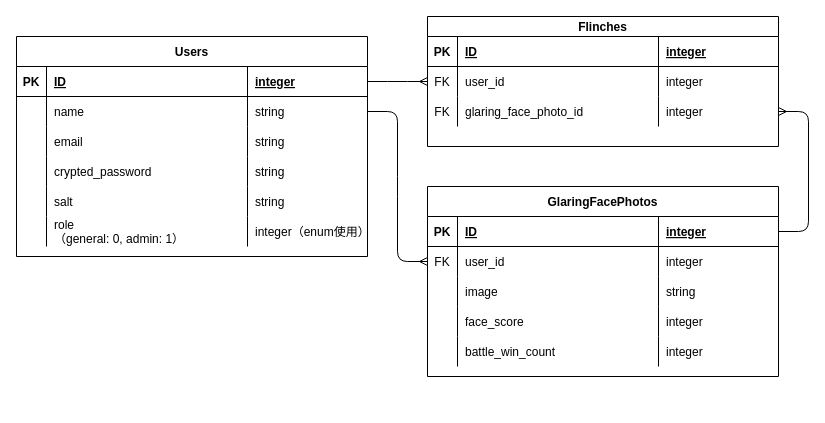
akinari0919/gantobashi keeps this draw.io diagram as Untitled Diagram.drawio. Above is the earlier version. Source tidied: cells renumbered, new cells numbered last; positions are measured from the earlier drawing's top-left corner, leaving out a move shared by most shapes. Both pictures are drawn from the tidied source at 100%, with x=0, y=0 at pixel (16, 16).
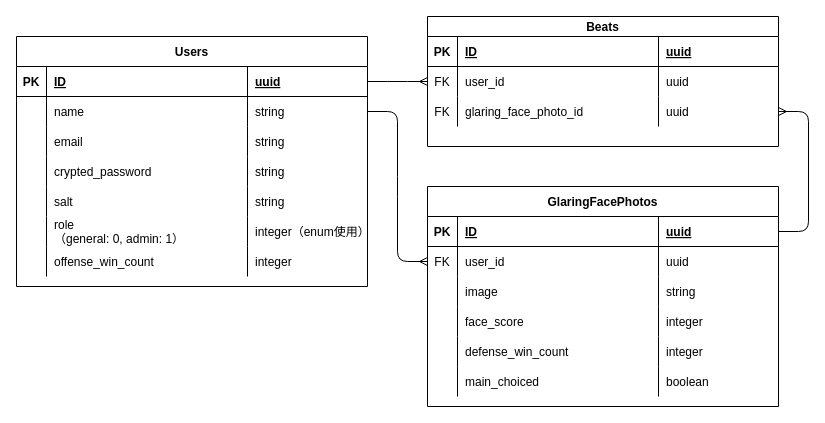
After the change.

Commit message (it also covers changes not shown here):
Untitled Diagram.drawio を更新します

Unchanged cells that the change refers to:
```xml
<mxCell id="3" style="shape=partialRectangle;fillColor=none;top=0;left=0;bottom=1;right=0;points=[[0,0.5],[1,0.5]];portConstraint=eastwest;" parent="2" vertex="1">
  <mxGeometry y="30" width="351" height="30" as="geometry" />
</mxCell>
<mxCell id="28" style="shape=partialRectangle;fillColor=none;top=0;left=0;bottom=1;right=0;points=[[0,0.5],[1,0.5]];portConstraint=eastwest;" parent="27" vertex="1">
  <mxGeometry y="30" width="351" height="30" as="geometry" />
</mxCell>
<mxCell id="32" style="shape=partialRectangle;fillColor=none;top=0;left=0;bottom=0;right=0;points=[[0,0.5],[1,0.5]];portConstraint=eastwest;" parent="27" vertex="1">
  <mxGeometry y="60" width="351" height="30" as="geometry" />
</mxCell>
<mxCell id="44" style="shape=partialRectangle;fillColor=none;top=0;left=0;bottom=0;right=0;" parent="27" vertex="1">
  <mxGeometry y="150" width="351" height="30" as="geometry" />
</mxCell>
<mxCell id="49" style="shape=partialRectangle;fillColor=none;top=0;left=0;bottom=1;right=0;" parent="48" vertex="1">
  <mxGeometry y="20" width="351" height="30" as="geometry" />
</mxCell>
<mxCell id="53" style="shape=partialRectangle;fillColor=none;top=0;left=0;bottom=0;right=0;points=[[0,0.5],[1,0.5]];portConstraint=eastwest;" parent="48" vertex="1">
  <mxGeometry y="50" width="351" height="30" as="geometry" />
</mxCell>
<mxCell id="57" style="shape=partialRectangle;fillColor=none;top=0;left=0;bottom=0;right=0;points=[[0,0.5],[1,0.5]];portConstraint=eastwest;" parent="48" vertex="1">
  <mxGeometry y="80" width="351" height="30" as="geometry" />
</mxCell>
```

Diff of the diagram source:
```diff
@@
     <mxCell id="2" value="Users" style="shape=table;startSize=30;childLayout=tableLayout;rowLines=0;fontStyle=1;align=center;" parent="1" vertex="1">
-      <mxGeometry y="20" width="351" height="220" as="geometry" />
+      <mxGeometry y="20" width="351" height="250" as="geometry" />
     </mxCell>
@@
-    <mxCell id="6" value="integer" style="shape=partialRectangle;fillColor=none;top=0;left=0;bottom=0;right=0;align=left;spacingLeft=6;fontStyle=5;overflow=hidden;" parent="3" vertex="1">
+    <mxCell id="6" value="uuid" style="shape=partialRectangle;fillColor=none;top=0;left=0;bottom=0;right=0;align=left;spacingLeft=6;fontStyle=5;overflow=hidden;" parent="3" vertex="1">
       <mxGeometry x="231" width="120" height="30" as="geometry" />
     </mxCell>
@@
+    <mxCell id="64" style="shape=partialRectangle;fillColor=none;top=0;left=0;bottom=0;right=0;" parent="2" vertex="1">
+      <mxGeometry y="210" width="351" height="30" as="geometry" />
+    </mxCell>
+    <mxCell id="65" style="shape=partialRectangle;fillColor=none;top=0;left=0;bottom=0;right=0;overflow=hidden;" parent="64" vertex="1">
+      <mxGeometry width="30" height="30" as="geometry" />
+    </mxCell>
+    <mxCell id="66" value="offense_win_count" style="shape=partialRectangle;fillColor=none;top=0;left=0;bottom=0;right=0;align=left;spacingLeft=6;overflow=hidden;" parent="64" vertex="1">
+      <mxGeometry x="30" width="201" height="30" as="geometry" />
+    </mxCell>
+    <mxCell id="67" value="integer" style="shape=partialRectangle;fillColor=none;top=0;left=0;bottom=0;right=0;align=left;spacingLeft=6;overflow=hidden;" parent="64" vertex="1">
+      <mxGeometry x="231" width="120" height="30" as="geometry" />
+    </mxCell>
     <mxCell id="27" value="GlaringFacePhotos" style="shape=table;startSize=30;childLayout=tableLayout;rowLines=0;fontStyle=1;align=center;" parent="1" vertex="1">
-      <mxGeometry x="411" y="170" width="351" height="190" as="geometry" />
+      <mxGeometry x="411" y="170" width="351" height="220" as="geometry" />
     </mxCell>
@@
-    <mxCell id="31" value="integer" style="shape=partialRectangle;fillColor=none;top=0;left=0;bottom=0;right=0;align=left;spacingLeft=6;fontStyle=5;overflow=hidden;" parent="28" vertex="1">
+    <mxCell id="31" value="uuid" style="shape=partialRectangle;fillColor=none;top=0;left=0;bottom=0;right=0;align=left;spacingLeft=6;fontStyle=5;overflow=hidden;" parent="28" vertex="1">
       <mxGeometry x="231" width="120" height="30" as="geometry" />
     </mxCell>
@@
-    <mxCell id="35" value="integer" style="shape=partialRectangle;fillColor=none;top=0;left=0;bottom=0;right=0;align=left;spacingLeft=6;overflow=hidden;" parent="32" vertex="1">
+    <mxCell id="35" value="uuid" style="shape=partialRectangle;fillColor=none;top=0;left=0;bottom=0;right=0;align=left;spacingLeft=6;overflow=hidden;" parent="32" vertex="1">
       <mxGeometry x="231" width="120" height="30" as="geometry" />
     </mxCell>
@@
-    <mxCell id="46" value="battle_win_count" style="shape=partialRectangle;fillColor=none;top=0;left=0;bottom=0;right=0;align=left;spacingLeft=6;overflow=hidden;" parent="44" vertex="1">
+    <mxCell id="46" value="defense_win_count" style="shape=partialRectangle;fillColor=none;top=0;left=0;bottom=0;right=0;align=left;spacingLeft=6;overflow=hidden;" parent="44" vertex="1">
       <mxGeometry x="30" width="201" height="30" as="geometry" />
     </mxCell>
@@
+    <mxCell id="68" style="shape=partialRectangle;fillColor=none;top=0;left=0;bottom=0;right=0;" parent="27" vertex="1">
+      <mxGeometry y="180" width="351" height="30" as="geometry" />
+    </mxCell>
+    <mxCell id="69" style="shape=partialRectangle;fillColor=none;top=0;left=0;bottom=0;right=0;overflow=hidden;" parent="68" vertex="1">
+      <mxGeometry width="30" height="30" as="geometry" />
+    </mxCell>
+    <mxCell id="70" value="main_choiced" style="shape=partialRectangle;fillColor=none;top=0;left=0;bottom=0;right=0;align=left;spacingLeft=6;overflow=hidden;" parent="68" vertex="1">
+      <mxGeometry x="30" width="201" height="30" as="geometry" />
+    </mxCell>
+    <mxCell id="71" value="boolean" style="shape=partialRectangle;fillColor=none;top=0;left=0;bottom=0;right=0;align=left;spacingLeft=6;overflow=hidden;" parent="68" vertex="1">
+      <mxGeometry x="231" width="120" height="30" as="geometry" />
+    </mxCell>
-    <mxCell id="48" value="Flinches" style="shape=table;startSize=20;childLayout=tableLayout;rowLines=0;fontStyle=1;align=center;" parent="1" vertex="1">
+    <mxCell id="48" value="Beats" style="shape=table;startSize=20;childLayout=tableLayout;rowLines=0;fontStyle=1;align=center;" parent="1" vertex="1">
       <mxGeometry x="411" width="351" height="130" as="geometry" />
     </mxCell>
@@
-    <mxCell id="52" value="integer" style="shape=partialRectangle;fillColor=none;top=0;left=0;bottom=0;right=0;align=left;spacingLeft=6;fontStyle=5;overflow=hidden;" parent="49" vertex="1">
+    <mxCell id="52" value="uuid" style="shape=partialRectangle;fillColor=none;top=0;left=0;bottom=0;right=0;align=left;spacingLeft=6;fontStyle=5;overflow=hidden;" parent="49" vertex="1">
       <mxGeometry x="231" width="120" height="30" as="geometry" />
     </mxCell>
@@
-    <mxCell id="56" value="integer" style="shape=partialRectangle;fillColor=none;top=0;left=0;bottom=0;right=0;align=left;spacingLeft=6;overflow=hidden;" parent="53" vertex="1">
+    <mxCell id="56" value="uuid" style="shape=partialRectangle;fillColor=none;top=0;left=0;bottom=0;right=0;align=left;spacingLeft=6;overflow=hidden;" parent="53" vertex="1">
       <mxGeometry x="231" width="120" height="30" as="geometry" />
     </mxCell>
@@
-    <mxCell id="60" value="integer" style="shape=partialRectangle;fillColor=none;top=0;left=0;bottom=0;right=0;align=left;spacingLeft=6;overflow=hidden;" parent="57" vertex="1">
+    <mxCell id="60" value="uuid" style="shape=partialRectangle;fillColor=none;top=0;left=0;bottom=0;right=0;align=left;spacingLeft=6;overflow=hidden;" parent="57" vertex="1">
       <mxGeometry x="231" width="120" height="30" as="geometry" />
     </mxCell>
```
